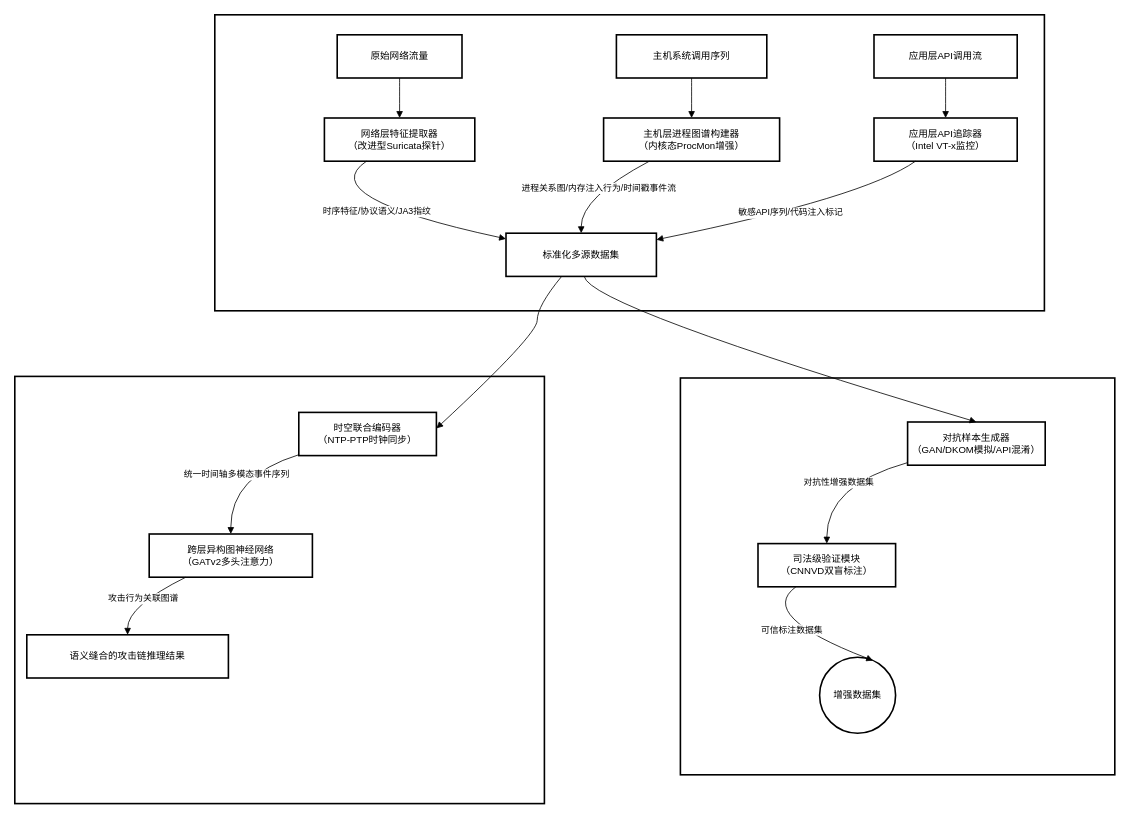
Before: 多源数据攻击行为表征与关联分析.drawio in shanhuaV/shanhuaV.github.io, a draw.io diagram. Source tidied: cells renumbered, new cells numbered last; positions are measured from the earlier drawing's top-left corner, leaving out a move shared by most shapes. Both pictures are drawn from the tidied source at 80%, with x=0, y=0 at pixel (14, 14).
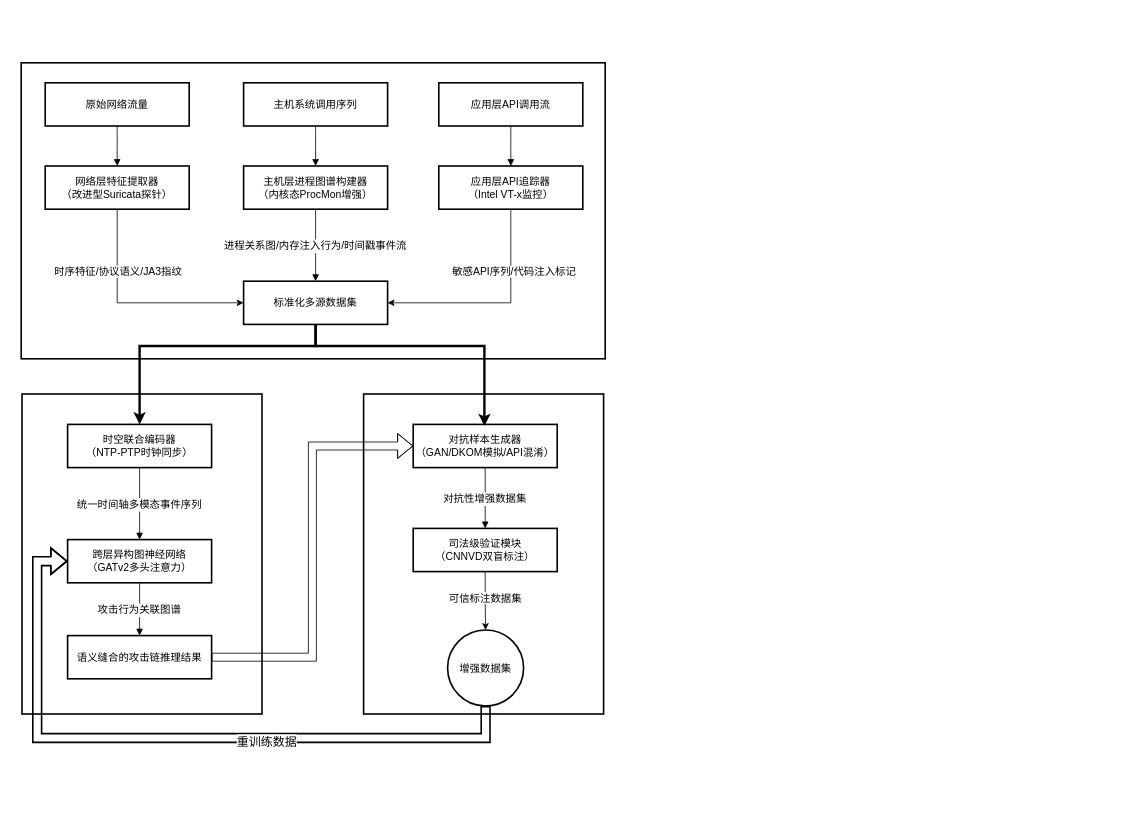
Above is the later version.

Commit message:
更新多源数据攻击行为表征与关联分析.drawio

Change to the diagram source:
```diff
@@
-<mxGraphModel>
+<mxGraphModel background="light-dark(#FFFFFF,#00520D)">
@@
-    <mxCell id="2" style="whiteSpace=wrap;strokeWidth=2;" parent="1" vertex="1">
-      <mxGeometry y="452" width="662" height="534" as="geometry" />
+    <mxCell id="2" style="whiteSpace=wrap;strokeWidth=2;fontSize=13;" parent="1" vertex="1">
+      <mxGeometry x="9" y="474" width="300" height="400" as="geometry" />
     </mxCell>
-    <mxCell id="3" style="whiteSpace=wrap;strokeWidth=2;" parent="1" vertex="1">
-      <mxGeometry x="832" y="454" width="543" height="496" as="geometry" />
+    <mxCell id="3" style="whiteSpace=wrap;strokeWidth=2;fontSize=13;" parent="1" vertex="1">
+      <mxGeometry x="436" y="474" width="300" height="400" as="geometry" />
     </mxCell>
-    <mxCell id="4" style="whiteSpace=wrap;strokeWidth=2;" parent="1" vertex="1">
-      <mxGeometry x="250" width="1037" height="370" as="geometry" />
+    <mxCell id="4" style="whiteSpace=wrap;strokeWidth=2;fontSize=13;" parent="1" vertex="1">
+      <mxGeometry x="8" y="60" width="730" height="370" as="geometry" />
     </mxCell>
-    <mxCell id="5" value="原始网络流量" style="whiteSpace=wrap;strokeWidth=2;" parent="1" vertex="1">
-      <mxGeometry x="403" y="25" width="156" height="54" as="geometry" />
+    <mxCell id="5" value="原始网络流量" style="whiteSpace=wrap;strokeWidth=2;fontSize=13;" parent="1" vertex="1">
+      <mxGeometry x="38" y="85" width="180" height="54" as="geometry" />
     </mxCell>
+    <mxCell id="44" style="edgeStyle=orthogonalEdgeStyle;rounded=0;jettySize=auto;html=1;entryX=0;entryY=0.5;entryDx=0;entryDy=0;exitX=0.5;exitY=1;exitDx=0;exitDy=0;fontSize=13;" parent="1" edge="1" source="6" target="7">
+      <mxGeometry relative="1" as="geometry" />
+    </mxCell>
+    <mxCell id="33" value="时序特征/协议语义/JA3指纹" style="edgeLabel;html=1;align=center;verticalAlign=middle;fontSize=13;" parent="44" vertex="1">
+      <mxGeometry x="-0.45" relative="1" as="geometry">
+        <mxPoint y="1" as="offset" />
+      </mxGeometry>
+    </mxCell>
-    <mxCell id="6" value="网络层特征提取器&#10;（改进型Suricata探针）" style="whiteSpace=wrap;strokeWidth=2;" parent="1" vertex="1">
-      <mxGeometry x="387" y="129" width="188" height="54" as="geometry" />
+    <mxCell id="6" value="网络层特征提取器&#10;（改进型Suricata探针）" style="whiteSpace=wrap;strokeWidth=2;fontSize=13;" parent="1" vertex="1">
+      <mxGeometry x="38" y="189" width="180" height="54" as="geometry" />
     </mxCell>
+    <mxCell id="38" style="edgeStyle=orthogonalEdgeStyle;rounded=0;jettySize=auto;html=1;strokeWidth=3;" parent="1" edge="1" source="7" target="12">
+      <mxGeometry relative="1" as="geometry">
+        <Array as="points">
+          <mxPoint x="376" y="414" />
+          <mxPoint x="156" y="414" />
+        </Array>
+      </mxGeometry>
+    </mxCell>
-    <mxCell id="7" value="标准化多源数据集" style="whiteSpace=wrap;strokeWidth=2;" parent="1" vertex="1">
-      <mxGeometry x="614" y="273" width="188" height="54" as="geometry" />
+    <mxCell id="7" value="标准化多源数据集" style="whiteSpace=wrap;strokeWidth=2;fontSize=13;" parent="1" vertex="1">
+      <mxGeometry x="286" y="333" width="180" height="54" as="geometry" />
     </mxCell>
-    <mxCell id="8" value="主机系统调用序列" style="whiteSpace=wrap;strokeWidth=2;" parent="1" vertex="1">
-      <mxGeometry x="752" y="25" width="188" height="54" as="geometry" />
+    <mxCell id="8" value="主机系统调用序列" style="whiteSpace=wrap;strokeWidth=2;fontSize=13;" parent="1" vertex="1">
+      <mxGeometry x="286" y="85" width="180" height="54" as="geometry" />
     </mxCell>
-    <mxCell id="9" value="主机层进程图谱构建器&#10;（内核态ProcMon增强）" style="whiteSpace=wrap;strokeWidth=2;" parent="1" vertex="1">
-      <mxGeometry x="736" y="129" width="220" height="54" as="geometry" />
+    <mxCell id="9" value="主机层进程图谱构建器&#10;（内核态ProcMon增强）" style="whiteSpace=wrap;strokeWidth=2;fontSize=13;" parent="1" vertex="1">
+      <mxGeometry x="286" y="189" width="180" height="54" as="geometry" />
     </mxCell>
-    <mxCell id="10" value="应用层API调用流" style="whiteSpace=wrap;strokeWidth=2;" parent="1" vertex="1">
-      <mxGeometry x="1074" y="25" width="179" height="54" as="geometry" />
+    <mxCell id="10" value="应用层API调用流" style="whiteSpace=wrap;strokeWidth=2;fontSize=13;" parent="1" vertex="1">
+      <mxGeometry x="530" y="85" width="180" height="54" as="geometry" />
     </mxCell>
+    <mxCell id="45" style="edgeStyle=orthogonalEdgeStyle;rounded=0;jettySize=auto;html=1;entryX=1;entryY=0.5;entryDx=0;entryDy=0;exitX=0.5;exitY=1;exitDx=0;exitDy=0;fontSize=13;" parent="1" edge="1" source="11" target="7">
+      <mxGeometry relative="1" as="geometry" />
+    </mxCell>
+    <mxCell id="37" value="敏感API序列/代码注入标记" style="edgeLabel;html=1;align=center;verticalAlign=middle;fontSize=13;" parent="45" vertex="1">
+      <mxGeometry x="-0.44" y="3" relative="1" as="geometry">
+        <mxPoint y="1" as="offset" />
+      </mxGeometry>
+    </mxCell>
-    <mxCell id="11" value="应用层API追踪器&#10;（Intel VT-x监控）" style="whiteSpace=wrap;strokeWidth=2;" parent="1" vertex="1">
-      <mxGeometry x="1074" y="129" width="179" height="54" as="geometry" />
+    <mxCell id="11" value="应用层API追踪器&#10;（Intel VT-x监控）" style="whiteSpace=wrap;strokeWidth=2;fontSize=13;" parent="1" vertex="1">
+      <mxGeometry x="530" y="189" width="180" height="54" as="geometry" />
     </mxCell>
-    <mxCell id="12" value="时空联合编码器&#10;（NTP-PTP时钟同步）" style="whiteSpace=wrap;strokeWidth=2;" parent="1" vertex="1">
-      <mxGeometry x="355" y="497" width="172" height="54" as="geometry" />
+    <mxCell id="12" value="时空联合编码器&#10;（NTP-PTP时钟同步）" style="whiteSpace=wrap;strokeWidth=2;fontSize=13;" parent="1" vertex="1">
+      <mxGeometry x="66" y="512" width="180" height="54" as="geometry" />
     </mxCell>
-    <mxCell id="13" value="跨层异构图神经网络&#10;（GATv2多头注意力）" style="whiteSpace=wrap;strokeWidth=2;" parent="1" vertex="1">
-      <mxGeometry x="168" y="649" width="204" height="54" as="geometry" />
+    <mxCell id="13" value="跨层异构图神经网络&#10;（GATv2多头注意力）" style="whiteSpace=wrap;strokeWidth=2;fontSize=13;" parent="1" vertex="1">
+      <mxGeometry x="66" y="656" width="180" height="54" as="geometry" />
     </mxCell>
+    <mxCell id="46" style="edgeStyle=orthogonalEdgeStyle;rounded=0;jettySize=auto;html=1;entryX=0;entryY=0.5;entryDx=0;entryDy=0;shape=flexArrow;fontSize=13;" parent="1" edge="1" source="14" target="15">
+      <mxGeometry relative="1" as="geometry" />
+    </mxCell>
-    <mxCell id="14" value="语义缝合的攻击链推理结果" style="whiteSpace=wrap;strokeWidth=2;" parent="1" vertex="1">
-      <mxGeometry x="15" y="775" width="252" height="54" as="geometry" />
+    <mxCell id="14" value="语义缝合的攻击链推理结果" style="whiteSpace=wrap;strokeWidth=2;fontSize=13;" parent="1" vertex="1">
+      <mxGeometry x="66" y="776" width="180" height="54" as="geometry" />
     </mxCell>
-    <mxCell id="15" value="对抗样本生成器&#10;（GAN/DKOM模拟/API混淆）" style="whiteSpace=wrap;strokeWidth=2;" parent="1" vertex="1">
-      <mxGeometry x="1116" y="509" width="172" height="54" as="geometry" />
+    <mxCell id="15" value="对抗样本生成器&#10;（GAN/DKOM模拟/API混淆）" style="whiteSpace=wrap;strokeWidth=2;fontSize=13;" parent="1" vertex="1">
+      <mxGeometry x="498" y="512" width="180" height="54" as="geometry" />
     </mxCell>
+    <mxCell id="47" style="edgeStyle=orthogonalEdgeStyle;rounded=0;jettySize=auto;html=1;entryX=0.5;entryY=0;entryDx=0;entryDy=0;fontSize=13;" parent="1" edge="1" source="16" target="17">
+      <mxGeometry relative="1" as="geometry" />
+    </mxCell>
+    <mxCell id="43" value="可信标注数据集" style="edgeLabel;html=1;align=center;verticalAlign=middle;fontSize=13;" parent="47" vertex="1">
+      <mxGeometry x="-0.14" y="-1" relative="1" as="geometry" />
+    </mxCell>
-    <mxCell id="16" value="司法级验证模块&#10;（CNNVD双盲标注）" style="whiteSpace=wrap;strokeWidth=2;" parent="1" vertex="1">
-      <mxGeometry x="929" y="661" width="172" height="54" as="geometry" />
+    <mxCell id="16" value="司法级验证模块&#10;（CNNVD双盲标注）" style="whiteSpace=wrap;strokeWidth=2;fontSize=13;" parent="1" vertex="1">
+      <mxGeometry x="498" y="642" width="180" height="54" as="geometry" />
     </mxCell>
+    <mxCell id="48" style="edgeStyle=orthogonalEdgeStyle;rounded=0;jettySize=auto;html=1;entryX=0;entryY=0.5;entryDx=0;entryDy=0;shape=flexArrow;strokeWidth=2;fontSize=13;" parent="1" edge="1" source="17" target="13">
+      <mxGeometry relative="1" as="geometry">
+        <Array as="points">
+          <mxPoint x="588" y="904" />
+          <mxPoint x="28" y="904" />
+          <mxPoint x="28" y="683" />
+        </Array>
+      </mxGeometry>
+    </mxCell>
+    <mxCell id="49" value="重训练数据" style="edgeLabel;html=1;align=center;verticalAlign=middle;fontSize=15;" parent="48" vertex="1">
+      <mxGeometry x="-0.27" y="3" relative="1" as="geometry" />
+    </mxCell>
-    <mxCell id="17" value="增强数据集" style="ellipse;strokeWidth=2;whiteSpace=wrap;" parent="1" vertex="1">
-      <mxGeometry x="1006" y="803" width="95" height="95" as="geometry" />
+    <mxCell id="17" value="增强数据集" style="ellipse;strokeWidth=2;whiteSpace=wrap;fontSize=13;" parent="1" vertex="1">
+      <mxGeometry x="541" y="769" width="95" height="95" as="geometry" />
     </mxCell>
-    <mxCell id="18" style="whiteSpace=wrap;strokeWidth=2;" parent="1" vertex="1">
-      <mxGeometry x="488" y="300" as="geometry" />
+    <mxCell id="18" style="whiteSpace=wrap;strokeWidth=2;fontSize=13;" parent="1" vertex="1">
+      <mxGeometry x="38" y="360" as="geometry" />
     </mxCell>
-    <mxCell id="19" style="whiteSpace=wrap;strokeWidth=2;" parent="1" vertex="1">
-      <mxGeometry x="679" y="452" as="geometry" />
+    <mxCell id="19" style="whiteSpace=wrap;strokeWidth=2;fontSize=13;" parent="1" vertex="1">
+      <mxGeometry x="370" y="474" as="geometry" />
     </mxCell>
-    <mxCell id="20" style="whiteSpace=wrap;strokeWidth=2;" parent="1" vertex="1">
-      <mxGeometry x="852" y="300" as="geometry" />
+    <mxCell id="20" style="whiteSpace=wrap;strokeWidth=2;fontSize=13;" parent="1" vertex="1">
+      <mxGeometry x="402" y="360" as="geometry" />
     </mxCell>
-    <mxCell id="21" style="whiteSpace=wrap;strokeWidth=2;" parent="1" vertex="1">
-      <mxGeometry x="803" y="473" as="geometry" />
+    <mxCell id="21" style="whiteSpace=wrap;strokeWidth=2;fontSize=13;" parent="1" vertex="1">
+      <mxGeometry x="402" y="495" as="geometry" />
     </mxCell>
-    <mxCell id="22" style="whiteSpace=wrap;strokeWidth=2;" parent="1" vertex="1">
-      <mxGeometry x="1179" y="300" as="geometry" />
+    <mxCell id="22" style="whiteSpace=wrap;strokeWidth=2;fontSize=13;" parent="1" vertex="1">
+      <mxGeometry x="729" y="360" as="geometry" />
     </mxCell>
-    <mxCell id="23" style="whiteSpace=wrap;strokeWidth=2;" parent="1" vertex="1">
-      <mxGeometry x="1130" y="473" as="geometry" />
+    <mxCell id="23" style="whiteSpace=wrap;strokeWidth=2;fontSize=13;" parent="1" vertex="1">
+      <mxGeometry x="588" y="488" as="geometry" />
     </mxCell>
-    <mxCell id="24" style="whiteSpace=wrap;strokeWidth=2;" parent="1" vertex="1">
-      <mxGeometry x="529" y="676" as="geometry" />
+    <mxCell id="24" style="whiteSpace=wrap;strokeWidth=2;fontSize=13;" parent="1" vertex="1">
+      <mxGeometry x="220" y="698" as="geometry" />
     </mxCell>
-    <mxCell id="25" style="whiteSpace=wrap;strokeWidth=2;" parent="1" vertex="1">
-      <mxGeometry x="547" y="802" as="geometry" />
+    <mxCell id="25" style="whiteSpace=wrap;strokeWidth=2;fontSize=13;" parent="1" vertex="1">
+      <mxGeometry x="238" y="824" as="geometry" />
     </mxCell>
-    <mxCell id="26" style="whiteSpace=wrap;strokeWidth=2;" parent="1" vertex="1">
-      <mxGeometry x="317" y="802" as="geometry" />
+    <mxCell id="26" style="whiteSpace=wrap;strokeWidth=2;fontSize=13;" parent="1" vertex="1">
+      <mxGeometry x="8" y="824" as="geometry" />
     </mxCell>
-    <mxCell id="27" style="whiteSpace=wrap;strokeWidth=2;" parent="1" vertex="1">
-      <mxGeometry x="317" y="954" as="geometry" />
-    </mxCell>
-    <mxCell id="28" style="whiteSpace=wrap;strokeWidth=2;" parent="1" vertex="1">
-      <mxGeometry x="1203" y="688" as="geometry" />
+    <mxCell id="28" style="whiteSpace=wrap;strokeWidth=2;fontSize=13;" parent="1" vertex="1">
+      <mxGeometry x="661" y="703" as="geometry" />
     </mxCell>
-    <mxCell id="29" style="whiteSpace=wrap;strokeWidth=2;" parent="1" vertex="1">
-      <mxGeometry x="1258" y="835" as="geometry" />
+    <mxCell id="29" style="whiteSpace=wrap;strokeWidth=2;fontSize=13;" parent="1" vertex="1">
+      <mxGeometry x="716" y="850" as="geometry" />
     </mxCell>
-    <mxCell id="30" style="whiteSpace=wrap;strokeWidth=2;" parent="1" vertex="1">
-      <mxGeometry x="1015" y="835" as="geometry" />
+    <mxCell id="30" style="whiteSpace=wrap;strokeWidth=2;fontSize=13;" parent="1" vertex="1">
+      <mxGeometry x="473" y="850" as="geometry" />
     </mxCell>
-    <mxCell id="31" style="whiteSpace=wrap;strokeWidth=2;" parent="1" vertex="1">
-      <mxGeometry x="1054" y="955" as="geometry" />
-    </mxCell>
-    <mxCell id="32" style="curved=1;startArrow=none;endArrow=block;exitX=0.5;exitY=1;entryX=0.5;entryY=0;rounded=0;" parent="1" edge="1" source="5" target="6">
+    <mxCell id="32" style="curved=1;startArrow=none;endArrow=block;exitX=0.5;exitY=1;entryX=0.5;entryY=0;rounded=0;fontSize=13;" parent="1" edge="1" source="5" target="6">
       <mxGeometry relative="1" as="geometry" />
     </mxCell>
-    <mxCell id="33" value="时序特征/协议语义/JA3指纹" style="curved=1;startArrow=none;endArrow=block;exitX=0.28;exitY=1;entryX=0;entryY=0.13;rounded=0;" parent="1" edge="1" source="6" target="7">
-      <mxGeometry relative="1" as="geometry">
-        <Array as="points">
-          <mxPoint x="372" y="228" />
-        </Array>
-      </mxGeometry>
-    </mxCell>
-    <mxCell id="34" style="curved=1;startArrow=none;endArrow=block;exitX=0.5;exitY=1;entryX=0.5;entryY=0;rounded=0;" parent="1" edge="1" source="8" target="9">
+    <mxCell id="34" style="curved=1;startArrow=none;endArrow=block;exitX=0.5;exitY=1;entryX=0.5;entryY=0;rounded=0;fontSize=13;" parent="1" edge="1" source="8" target="9">
       <mxGeometry relative="1" as="geometry" />
     </mxCell>
-    <mxCell id="35" value="进程关系图/内存注入行为/时间戳事件流" style="curved=1;startArrow=none;endArrow=block;exitX=0.26;exitY=1;entryX=0.5;entryY=0;rounded=0;" parent="1" edge="1" source="9" target="7">
-      <mxGeometry relative="1" as="geometry">
-        <Array as="points">
-          <mxPoint x="708" y="228" />
-        </Array>
-      </mxGeometry>
+    <mxCell id="35" value="进程关系图/内存注入行为/时间戳事件流" style="startArrow=none;endArrow=block;exitX=0.5;exitY=1;entryX=0.5;entryY=0;rounded=0;exitDx=0;exitDy=0;fontSize=13;" parent="1" edge="1" source="9" target="7">
+      <mxGeometry relative="1" as="geometry" />
     </mxCell>
-    <mxCell id="36" style="curved=1;startArrow=none;endArrow=block;exitX=0.5;exitY=1;entryX=0.5;entryY=0;rounded=0;" parent="1" edge="1" source="10" target="11">
+    <mxCell id="36" style="curved=1;startArrow=none;endArrow=block;exitX=0.5;exitY=1;entryX=0.5;entryY=0;rounded=0;fontSize=13;" parent="1" edge="1" source="10" target="11">
       <mxGeometry relative="1" as="geometry" />
     </mxCell>
-    <mxCell id="37" value="敏感API序列/代码注入标记" style="curved=1;startArrow=none;endArrow=block;exitX=0.29;exitY=1;entryX=1;entryY=0.15;rounded=0;" parent="1" edge="1" source="11" target="7">
-      <mxGeometry relative="1" as="geometry">
-        <Array as="points">
-          <mxPoint x="1062" y="228" />
-        </Array>
-      </mxGeometry>
-    </mxCell>
-    <mxCell id="38" style="curved=1;startArrow=none;endArrow=block;exitX=0.37;exitY=1;entryX=1;entryY=0.37;rounded=0;" parent="1" edge="1" source="7" target="12">
-      <mxGeometry relative="1" as="geometry">
-        <Array as="points">
-          <mxPoint x="653" y="364" />
-          <mxPoint x="653" y="400" />
-        </Array>
-      </mxGeometry>
-    </mxCell>
-    <mxCell id="39" value="统一时间轴多模态事件序列" style="curved=1;startArrow=none;endArrow=block;exitX=0;exitY=0.98;entryX=0.5;entryY=-0.01;rounded=0;" parent="1" edge="1" source="12" target="13">
-      <mxGeometry relative="1" as="geometry">
-        <Array as="points">
-          <mxPoint x="270" y="576" />
-        </Array>
-      </mxGeometry>
+    <mxCell id="39" value="统一时间轴多模态事件序列" style="startArrow=none;endArrow=block;exitX=0.5;exitY=1;entryX=0.5;entryY=-0.01;rounded=0;fontSize=13;exitDx=0;exitDy=0;" parent="1" edge="1" source="12" target="13">
+      <mxGeometry relative="1" as="geometry" />
     </mxCell>
-    <mxCell id="40" value="攻击行为关联图谱" style="curved=1;startArrow=none;endArrow=block;exitX=0.23;exitY=0.99;entryX=0.5;entryY=0;rounded=0;" parent="1" edge="1" source="13" target="14">
-      <mxGeometry relative="1" as="geometry">
-        <Array as="points">
-          <mxPoint x="141" y="739" />
-        </Array>
-      </mxGeometry>
+    <mxCell id="40" value="攻击行为关联图谱" style="startArrow=none;endArrow=block;exitX=0.5;exitY=1;entryX=0.5;entryY=0;rounded=0;fontSize=13;exitDx=0;exitDy=0;" parent="1" edge="1" source="13" target="14">
+      <mxGeometry relative="1" as="geometry" />
     </mxCell>
-    <mxCell id="41" style="curved=1;startArrow=none;endArrow=block;exitX=0.52;exitY=1;entryX=0.5;entryY=0;rounded=0;" parent="1" edge="1" source="7" target="15">
-      <mxGeometry relative="1" as="geometry">
-        <Array as="points">
-          <mxPoint x="718" y="364" />
-        </Array>
-      </mxGeometry>
-    </mxCell>
-    <mxCell id="42" value="对抗性增强数据集" style="curved=1;startArrow=none;endArrow=block;exitX=0;exitY=0.94;entryX=0.5;entryY=-0.01;rounded=0;" parent="1" edge="1" source="15" target="16">
-      <mxGeometry relative="1" as="geometry">
-        <Array as="points">
-          <mxPoint x="1015" y="588" />
-        </Array>
-      </mxGeometry>
+    <mxCell id="42" value="对抗性增强数据集" style="startArrow=none;endArrow=block;exitX=0.5;exitY=1;entryX=0.5;entryY=-0.01;rounded=0;exitDx=0;exitDy=0;fontSize=13;" parent="1" edge="1" source="15" target="16">
+      <mxGeometry relative="1" as="geometry" />
     </mxCell>
-    <mxCell id="43" value="可信标注数据集" style="curved=1;startArrow=none;endArrow=block;exitX=0.28;exitY=0.99;entryX=0.73;entryY=0;rounded=0;" parent="1" edge="1" source="16" target="17">
-      <mxGeometry relative="1" as="geometry">
-        <Array as="points">
-          <mxPoint x="927" y="751" />
-        </Array>
-      </mxGeometry>
-    </mxCell>
+    <mxCell id="50" style="edgeStyle=orthogonalEdgeStyle;rounded=0;jettySize=auto;html=1;strokeWidth=3;" parent="1" edge="1" source="7">
+      <mxGeometry relative="1" as="geometry">
+        <mxPoint x="587" y="514" as="targetPoint" />
+        <Array as="points">
+          <mxPoint x="376" y="414" />
+          <mxPoint x="587" y="414" />
+        </Array>
+      </mxGeometry>
+    </mxCell>
```
